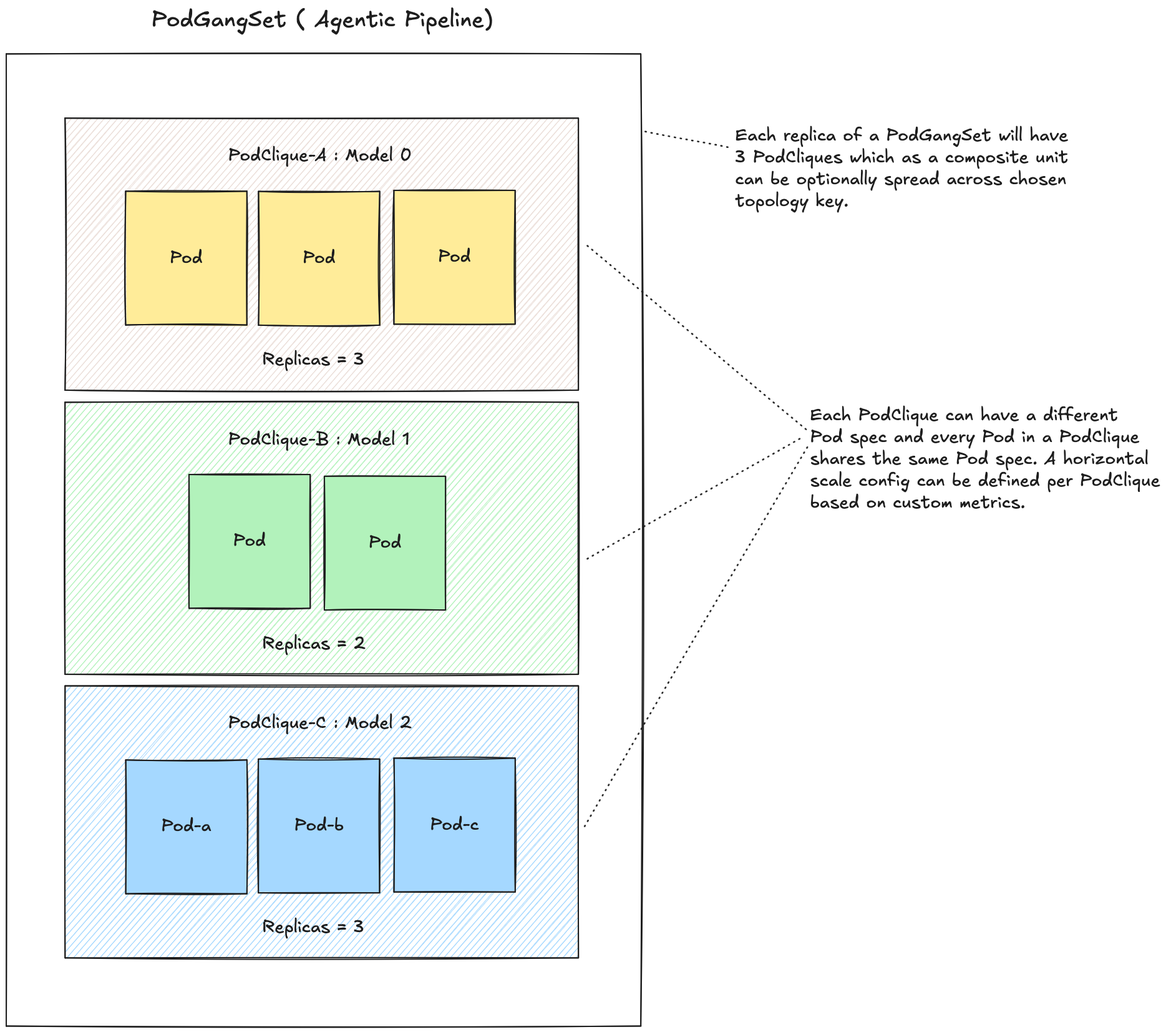
Before: docs/assets/agentic-pipeline.excalidraw.png, a diagram exported from Excalidraw (renormalize/grove). Source tidied: one line per element, renumbered; positions are measured from the earlier drawing's top-left corner, leaving out a move shared by most shapes.
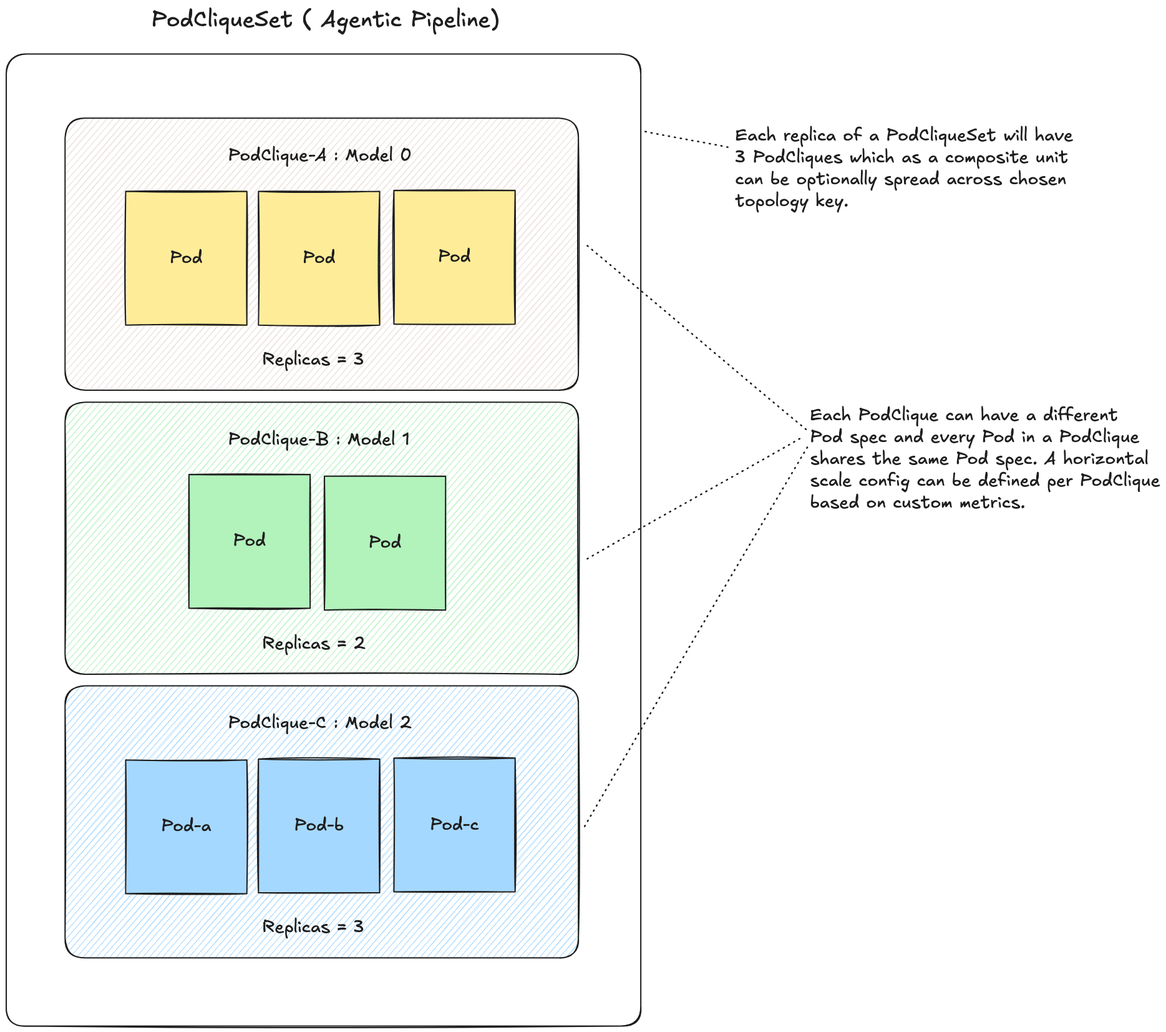
The same diagram one commit later.

The edit, as a diff of the source:
```diff
@@ -1,4 +1,4 @@
-{"id": 0, "type": "rectangle", "strokeColor": "#1e1e1e", "backgroundColor": "#eaddd7", "fillStyle": "hachure", "strokeWidth": 2, "roughness": 1, "x": 94, "y": 179, "width": 823, "height": 436}
+{"id": 0, "type": "rectangle", "strokeColor": "#1e1e1e", "backgroundColor": "#eaddd7", "fillStyle": "hachure", "strokeWidth": 2, "roughness": 1, "round": true, "x": 94, "y": 179, "width": 823, "height": 436}
 {"id": 1, "type": "rectangle", "strokeColor": "#1e1e1e", "backgroundColor": "#ffec99", "fillStyle": "solid", "strokeWidth": 2, "roughness": 1, "x": 191, "y": 296, "width": 194, "height": 214}
 {"id": 2, "type": "text", "text": "Pod", "strokeColor": "#1e1e1e", "strokeWidth": 2, "roughness": 1, "fontSize": 28, "fontFamily": 5, "textAlign": "center", "verticalAlign": "middle", "inside": 1, "x": 262, "y": 386, "width": 52, "height": 35}
 {"id": 3, "type": "rectangle", "strokeColor": "#1e1e1e", "backgroundColor": "#ffec99", "fillStyle": "solid", "strokeWidth": 2, "roughness": 1, "x": 404, "y": 296, "width": 194, "height": 214}
@@ -7,14 +7,14 @@
 {"id": 6, "type": "text", "text": "Pod", "strokeColor": "#1e1e1e", "strokeWidth": 2, "roughness": 1, "fontSize": 28, "fontFamily": 5, "textAlign": "center", "verticalAlign": "middle", "inside": 5, "x": 692, "y": 385, "width": 52, "height": 35}
 {"id": 7, "type": "text", "text": "PodClique-A : Model 0", "strokeColor": "#1e1e1e", "strokeWidth": 2, "roughness": 1, "fontSize": 28, "fontFamily": 5, "x": 356, "y": 222, "width": 294, "height": 35}
 {"id": 8, "type": "text", "text": "Replicas = 3", "strokeColor": "#1e1e1e", "strokeWidth": 2, "roughness": 1, "fontSize": 28, "fontFamily": 5, "x": 410, "y": 549, "width": 164, "height": 35}
-{"id": 9, "type": "rectangle", "strokeColor": "#1e1e1e", "backgroundColor": "#b2f2bb", "fillStyle": "hachure", "strokeWidth": 2, "roughness": 1, "x": 94, "y": 634, "width": 823, "height": 436}
+{"id": 9, "type": "rectangle", "strokeColor": "#1e1e1e", "backgroundColor": "#b2f2bb", "fillStyle": "hachure", "strokeWidth": 2, "roughness": 1, "round": true, "x": 94, "y": 634, "width": 823, "height": 436}
 {"id": 10, "type": "rectangle", "strokeColor": "#1e1e1e", "backgroundColor": "#b2f2bb", "fillStyle": "solid", "strokeWidth": 2, "roughness": 1, "x": 293, "y": 750, "width": 194, "height": 214}
 {"id": 11, "type": "text", "text": "Pod", "strokeColor": "#1e1e1e", "strokeWidth": 2, "roughness": 1, "fontSize": 28, "fontFamily": 5, "textAlign": "center", "verticalAlign": "middle", "inside": 10, "x": 364, "y": 840, "width": 52, "height": 35}
 {"id": 12, "type": "rectangle", "strokeColor": "#1e1e1e", "backgroundColor": "#b2f2bb", "fillStyle": "solid", "strokeWidth": 2, "roughness": 1, "x": 510, "y": 753, "width": 194, "height": 214}
 {"id": 13, "type": "text", "text": "Pod", "strokeColor": "#1e1e1e", "strokeWidth": 2, "roughness": 1, "fontSize": 28, "fontFamily": 5, "textAlign": "center", "verticalAlign": "middle", "inside": 12, "x": 581, "y": 842, "width": 52, "height": 35}
 {"id": 14, "type": "text", "text": "PodClique-B : Model 1", "strokeColor": "#1e1e1e", "strokeWidth": 2, "roughness": 1, "fontSize": 28, "fontFamily": 5, "x": 356, "y": 677, "width": 291, "height": 35}
 {"id": 15, "type": "text", "text": "Replicas = 2", "strokeColor": "#1e1e1e", "strokeWidth": 2, "roughness": 1, "fontSize": 28, "fontFamily": 5, "x": 410, "y": 1004, "width": 167, "height": 35}
-{"id": 16, "type": "rectangle", "strokeColor": "#1e1e1e", "backgroundColor": "#a5d8ff", "fillStyle": "hachure", "strokeWidth": 2, "roughness": 1, "x": 94, "y": 1089, "width": 823, "height": 436}
+{"id": 16, "type": "rectangle", "strokeColor": "#1e1e1e", "backgroundColor": "#a5d8ff", "fillStyle": "hachure", "strokeWidth": 2, "roughness": 1, "round": true, "x": 94, "y": 1089, "width": 823, "height": 436}
 {"id": 17, "type": "rectangle", "strokeColor": "#1e1e1e", "backgroundColor": "#a5d8ff", "fillStyle": "solid", "strokeWidth": 2, "roughness": 1, "x": 191, "y": 1207, "width": 194, "height": 214}
 {"id": 18, "type": "text", "text": "Pod-a", "strokeColor": "#1e1e1e", "strokeWidth": 2, "roughness": 1, "fontSize": 28, "fontFamily": 5, "textAlign": "center", "verticalAlign": "middle", "inside": 17, "x": 249, "y": 1297, "width": 80, "height": 35}
 {"id": 19, "type": "rectangle", "strokeColor": "#1e1e1e", "backgroundColor": "#a5d8ff", "fillStyle": "solid", "strokeWidth": 2, "roughness": 1, "x": 404, "y": 1206, "width": 194, "height": 214}
@@ -23,11 +23,11 @@
 {"id": 22, "type": "text", "text": "Pod-c", "strokeColor": "#1e1e1e", "strokeWidth": 2, "roughness": 1, "fontSize": 28, "fontFamily": 5, "textAlign": "center", "verticalAlign": "middle", "inside": 21, "x": 680, "y": 1294, "width": 78, "height": 35}
 {"id": 23, "type": "text", "text": "PodClique-C : Model 2", "strokeColor": "#1e1e1e", "strokeWidth": 2, "roughness": 1, "fontSize": 28, "fontFamily": 5, "x": 356, "y": 1131, "width": 295, "height": 35}
 {"id": 24, "type": "text", "text": "Replicas = 3", "strokeColor": "#1e1e1e", "strokeWidth": 2, "roughness": 1, "fontSize": 28, "fontFamily": 5, "x": 410, "y": 1459, "width": 164, "height": 35}
-{"id": 25, "type": "rectangle", "strokeColor": "#1e1e1e", "strokeWidth": 2, "roughness": 1, "x": 0, "y": 76, "width": 1017, "height": 1557}
+{"id": 25, "type": "rectangle", "strokeColor": "#1e1e1e", "strokeWidth": 2, "roughness": 1, "round": true, "x": 0, "y": 76, "width": 1017, "height": 1557}
-{"id": 26, "type": "text", "text": "PodGangSet ( Agentic Pipeline)", "strokeColor": "#1e1e1e", "strokeWidth": 2, "strokeStyle": "dashed", "roughness": 1, "fontSize": 36, "fontFamily": 5, "x": 233, "y": 0, "width": 548, "height": 45}
+{"id": 26, "type": "text", "text": "PodCliqueSet ( Agentic Pipeline)", "strokeColor": "#1e1e1e", "strokeWidth": 2, "strokeStyle": "dashed", "roughness": 1, "fontSize": 36, "fontFamily": 5, "x": 233, "y": 0, "width": 558, "height": 45}
 {"id": 27, "type": "line", "strokeColor": "#1e1e1e", "backgroundColor": "#a5d8ff", "fillStyle": "hachure", "strokeWidth": 2, "strokeStyle": "dotted", "roughness": 1, "x": 931, "y": 384, "width": 354, "height": 297, "points": [[0, 0], [354, 297]]}
 {"id": 28, "type": "line", "strokeColor": "#1e1e1e", "backgroundColor": "#a5d8ff", "fillStyle": "hachure", "strokeWidth": 2, "strokeStyle": "dotted", "roughness": 1, "x": 931, "y": 885, "width": 341, "height": 193, "points": [[0, 0], [341, -193]]}
 {"id": 29, "type": "line", "strokeColor": "#1e1e1e", "backgroundColor": "#a5d8ff", "fillStyle": "hachure", "strokeWidth": 2, "strokeStyle": "dotted", "roughness": 1, "x": 927, "y": 1314, "width": 359, "height": 610, "points": [[0, 0], [359, -610]]}
 {"id": 30, "type": "text", "text": "Each PodClique can have a different \nPod spec and every Pod in a PodClique \nshares the same Pod spec. A horizontal\nscale config can be defined per PodClique\nbased on custom metrics.", "strokeColor": "#1e1e1e", "backgroundColor": "#a5d8ff", "fillStyle": "hachure", "strokeWidth": 2, "strokeStyle": "dotted", "roughness": 1, "fontSize": 28, "fontFamily": 5, "x": 1289, "y": 639, "width": 561, "height": 175}
 {"id": 31, "type": "line", "strokeColor": "#1e1e1e", "backgroundColor": "#a5d8ff", "fillStyle": "hachure", "strokeWidth": 2, "strokeStyle": "dotted", "roughness": 1, "x": 1024, "y": 201, "width": 136, "height": 26, "points": [[0, 0], [136, 26]]}
-{"id": 32, "type": "text", "text": "Each replica of a PodGangSet will have\n3 PodCliques which as a composite unit \ncan be optionally spread across chosen \ntopology key.", "strokeColor": "#1e1e1e", "backgroundColor": "#a5d8ff", "fillStyle": "hachure", "strokeWidth": 2, "strokeStyle": "dotted", "roughness": 1, "fontSize": 28, "fontFamily": 5, "x": 1169, "y": 191, "width": 545, "height": 140}
+{"id": 32, "type": "text", "text": "Each replica of a PodCliqueSet will have\n3 PodCliques which as a composite unit \ncan be optionally spread across chosen \ntopology key.", "strokeColor": "#1e1e1e", "backgroundColor": "#a5d8ff", "fillStyle": "hachure", "strokeWidth": 2, "strokeStyle": "dotted", "roughness": 1, "fontSize": 28, "fontFamily": 5, "x": 1169, "y": 191, "width": 545, "height": 140}
```
